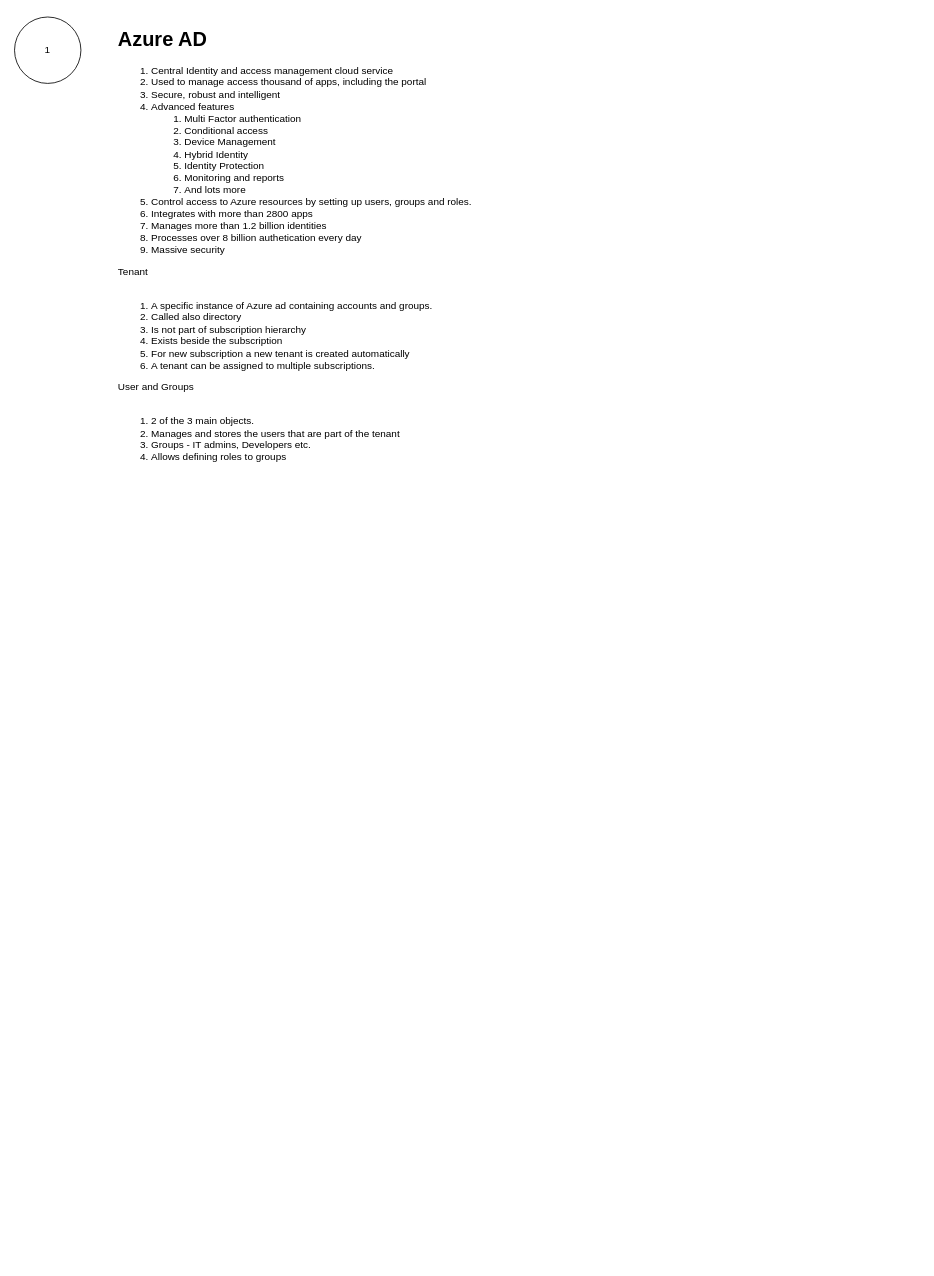
snair0410/cv keeps this draw.io diagram as page "Azure AD" (9 of 9) of Azure detailed.drawio. Above is the earlier version. Source tidied: cells renumbered, new cells numbered last; positions are measured from the earlier drawing's top-left corner, leaving out a move shared by most shapes. Both pictures are drawn from the tidied source at 83%, with x=0, y=0 at pixel (14, 17).
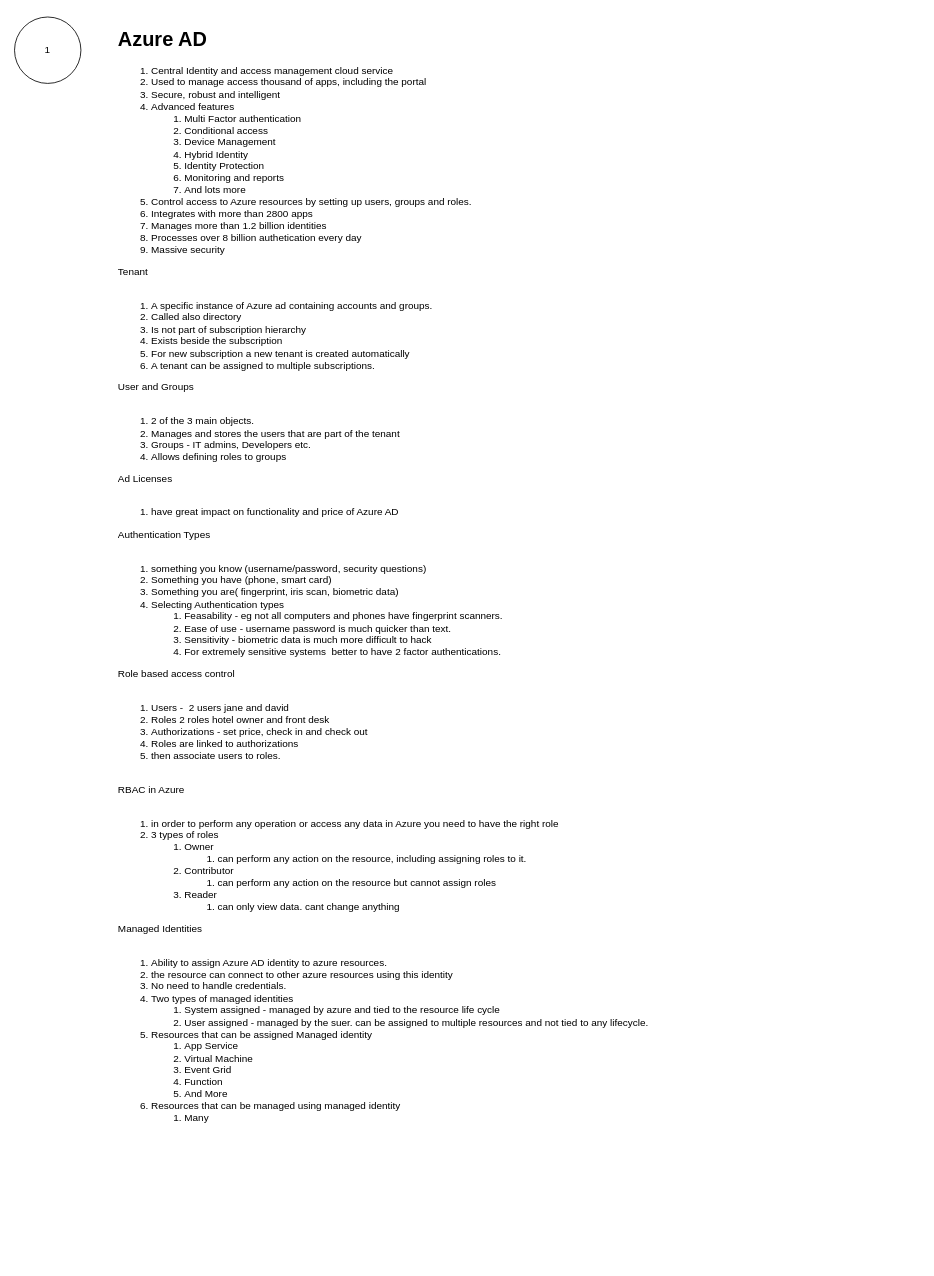
After the change.

Change to the diagram source:
```diff
@@
 <mxGraphModel>
   <root>
     <mxCell id="0" />
     <mxCell id="1" parent="0" />
     <mxCell id="2" value="1" style="ellipse;whiteSpace=wrap;html=1;" parent="1" vertex="1">
       <mxGeometry width="80" height="80" as="geometry" />
     </mxCell>
-    <mxCell id="3" value="&lt;h1&gt;Azure AD&lt;/h1&gt;&lt;div&gt;&lt;ol&gt;&lt;li&gt;Central Identity and access management cloud service&lt;/li&gt;&lt;li&gt;Used to manage access thousand of apps, including the portal&lt;/li&gt;&lt;li&gt;Secure, robust and intelligent&lt;/li&gt;&lt;li&gt;Advanced features&lt;/li&gt;&lt;ol&gt;&lt;li&gt;Multi Factor authentication&lt;/li&gt;&lt;li&gt;Conditional access&lt;/li&gt;&lt;li&gt;Device Management&lt;/li&gt;&lt;li&gt;Hybrid Identity&lt;/li&gt;&lt;li&gt;Identity Protection&lt;/li&gt;&lt;li&gt;Monitoring and reports&lt;/li&gt;&lt;li&gt;And lots more&lt;/li&gt;&lt;/ol&gt;&lt;li&gt;Control access to Azure resources by setting up users, groups and roles.&lt;/li&gt;&lt;li&gt;Integrates with more than 2800 apps&lt;/li&gt;&lt;li&gt;Manages more than 1.2 billion identities&lt;/li&gt;&lt;li&gt;Processes over 8 billion authetication every day&lt;/li&gt;&lt;li&gt;Massive security&lt;/li&gt;&lt;/ol&gt;&lt;div&gt;Tenant&lt;/div&gt;&lt;/div&gt;&lt;div&gt;&lt;br&gt;&lt;/div&gt;&lt;div&gt;&lt;ol&gt;&lt;li&gt;A specific instance of Azure ad containing accounts and groups.&lt;/li&gt;&lt;li&gt;Called also directory&lt;/li&gt;&lt;li&gt;Is not part of subscription hierarchy&lt;/li&gt;&lt;li&gt;Exists beside the subscription&lt;/li&gt;&lt;li&gt;For new subscription a new tenant is created automatically&lt;/li&gt;&lt;li&gt;A tenant can be assigned to multiple subscriptions.&amp;nbsp;&lt;/li&gt;&lt;/ol&gt;&lt;div&gt;User and Groups&lt;/div&gt;&lt;/div&gt;&lt;div&gt;&lt;br&gt;&lt;/div&gt;&lt;div&gt;&lt;ol&gt;&lt;li&gt;2 of the 3 main objects.&lt;/li&gt;&lt;li&gt;Manages and stores the users that are part of the tenant&lt;/li&gt;&lt;li&gt;Groups - IT admins, Developers etc.&lt;/li&gt;&lt;li&gt;Allows defining roles to groups&lt;/li&gt;&lt;/ol&gt;&lt;/div&gt;" style="text;html=1;strokeColor=none;fillColor=none;spacing=5;spacingTop=-20;whiteSpace=wrap;overflow=hidden;rounded=0;" parent="1" vertex="1">
+    <mxCell id="3" value="&lt;h1&gt;Azure AD&lt;/h1&gt;&lt;div&gt;&lt;ol&gt;&lt;li&gt;Central Identity and access management cloud service&lt;/li&gt;&lt;li&gt;Used to manage access thousand of apps, including the portal&lt;/li&gt;&lt;li&gt;Secure, robust and intelligent&lt;/li&gt;&lt;li&gt;Advanced features&lt;/li&gt;&lt;ol&gt;&lt;li&gt;Multi Factor authentication&lt;/li&gt;&lt;li&gt;Conditional access&lt;/li&gt;&lt;li&gt;Device Management&lt;/li&gt;&lt;li&gt;Hybrid Identity&lt;/li&gt;&lt;li&gt;Identity Protection&lt;/li&gt;&lt;li&gt;Monitoring and reports&lt;/li&gt;&lt;li&gt;And lots more&lt;/li&gt;&lt;/ol&gt;&lt;li&gt;Control access to Azure resources by setting up users, groups and roles.&lt;/li&gt;&lt;li&gt;Integrates with more than 2800 apps&lt;/li&gt;&lt;li&gt;Manages more than 1.2 billion identities&lt;/li&gt;&lt;li&gt;Processes over 8 billion authetication every day&lt;/li&gt;&lt;li&gt;Massive security&lt;/li&gt;&lt;/ol&gt;&lt;div&gt;Tenant&lt;/div&gt;&lt;/div&gt;&lt;div&gt;&lt;br&gt;&lt;/div&gt;&lt;div&gt;&lt;ol&gt;&lt;li&gt;A specific instance of Azure ad containing accounts and groups.&lt;/li&gt;&lt;li&gt;Called also directory&lt;/li&gt;&lt;li&gt;Is not part of subscription hierarchy&lt;/li&gt;&lt;li&gt;Exists beside the subscription&lt;/li&gt;&lt;li&gt;For new subscription a new tenant is created automatically&lt;/li&gt;&lt;li&gt;A tenant can be assigned to multiple subscriptions.&amp;nbsp;&lt;/li&gt;&lt;/ol&gt;&lt;div&gt;User and Groups&lt;/div&gt;&lt;/div&gt;&lt;div&gt;&lt;br&gt;&lt;/div&gt;&lt;div&gt;&lt;ol&gt;&lt;li&gt;2 of the 3 main objects.&lt;/li&gt;&lt;li&gt;Manages and stores the users that are part of the tenant&lt;/li&gt;&lt;li&gt;Groups - IT admins, Developers etc.&lt;/li&gt;&lt;li&gt;Allows defining roles to groups&lt;/li&gt;&lt;/ol&gt;&lt;div&gt;Ad Licenses&lt;/div&gt;&lt;/div&gt;&lt;div&gt;&lt;br&gt;&lt;/div&gt;&lt;div&gt;&lt;ol&gt;&lt;li&gt;have great impact on functionality and price of Azure AD&lt;/li&gt;&lt;/ol&gt;&lt;div&gt;Authentication Types&lt;/div&gt;&lt;/div&gt;&lt;div&gt;&lt;br&gt;&lt;/div&gt;&lt;div&gt;&lt;ol&gt;&lt;li&gt;something you know (username/password, security questions)&lt;/li&gt;&lt;li&gt;Something you have (phone, smart card)&lt;/li&gt;&lt;li&gt;Something you are( fingerprint, iris scan, biometric data)&lt;/li&gt;&lt;li&gt;Selecting Authentication types&lt;/li&gt;&lt;ol&gt;&lt;li&gt;Feasability - eg not all computers and phones have fingerprint scanners.&amp;nbsp;&lt;/li&gt;&lt;li&gt;Ease of use - username password is much quicker than text.&amp;nbsp;&lt;/li&gt;&lt;li&gt;Sensitivity - biometric data is much more difficult to hack&lt;/li&gt;&lt;li&gt;For extremely sensitive systems&amp;nbsp; better to have 2 factor authentications.&amp;nbsp;&lt;/li&gt;&lt;/ol&gt;&lt;/ol&gt;&lt;div&gt;Role based access control&lt;/div&gt;&lt;/div&gt;&lt;div&gt;&lt;br&gt;&lt;/div&gt;&lt;div&gt;&lt;ol&gt;&lt;li&gt;Users -&amp;nbsp; 2 users jane and david&lt;/li&gt;&lt;li&gt;Roles 2 roles hotel owner and front desk&lt;/li&gt;&lt;li&gt;Authorizations - set price, check in and check out&lt;/li&gt;&lt;li&gt;Roles are linked to authorizations&lt;/li&gt;&lt;li&gt;then associate users to roles.&amp;nbsp;&lt;/li&gt;&lt;/ol&gt;&lt;div&gt;&lt;br&gt;&lt;/div&gt;&lt;/div&gt;&lt;div&gt;RBAC in Azure&lt;/div&gt;&lt;div&gt;&lt;br&gt;&lt;/div&gt;&lt;div&gt;&lt;ol&gt;&lt;li&gt;in order to perform any operation or access any data in Azure you need to have the right role&lt;/li&gt;&lt;li&gt;3 types of roles&amp;nbsp;&lt;/li&gt;&lt;ol&gt;&lt;li&gt;Owner&lt;/li&gt;&lt;ol&gt;&lt;li&gt;can perform any action on the resource, including assigning roles to it.&lt;/li&gt;&lt;/ol&gt;&lt;li&gt;Contributor&lt;/li&gt;&lt;ol&gt;&lt;li&gt;can perform any action on the resource but cannot assign roles&lt;/li&gt;&lt;/ol&gt;&lt;li&gt;Reader&lt;/li&gt;&lt;ol&gt;&lt;li&gt;can only view data. cant change anything&lt;/li&gt;&lt;/ol&gt;&lt;/ol&gt;&lt;/ol&gt;&lt;div&gt;Managed Identities&lt;/div&gt;&lt;/div&gt;&lt;div&gt;&lt;br&gt;&lt;/div&gt;&lt;div&gt;&lt;ol&gt;&lt;li&gt;Ability to assign Azure AD identity to azure resources.&lt;/li&gt;&lt;li&gt;the resource can connect to other azure resources using this identity&lt;/li&gt;&lt;li&gt;No need to handle credentials.&amp;nbsp;&lt;/li&gt;&lt;li&gt;Two types of managed identities&lt;/li&gt;&lt;ol&gt;&lt;li&gt;System assigned - managed by azure and tied to the resource life cycle&lt;/li&gt;&lt;li&gt;User assigned - managed by the suer. can be assigned to multiple resources and not tied to any lifecycle.&amp;nbsp;&lt;/li&gt;&lt;/ol&gt;&lt;li&gt;Resources that can be assigned Managed identity&lt;/li&gt;&lt;ol&gt;&lt;li&gt;App Service&lt;/li&gt;&lt;li&gt;Virtual Machine&lt;/li&gt;&lt;li&gt;Event Grid&lt;/li&gt;&lt;li&gt;Function&lt;/li&gt;&lt;li&gt;And More&lt;/li&gt;&lt;/ol&gt;&lt;li&gt;Resources that can be managed using managed identity&lt;/li&gt;&lt;ol&gt;&lt;li&gt;Many&amp;nbsp;&lt;/li&gt;&lt;/ol&gt;&lt;/ol&gt;&lt;/div&gt;" style="text;html=1;strokeColor=none;fillColor=none;spacing=5;spacingTop=-20;whiteSpace=wrap;overflow=hidden;rounded=0;" parent="1" vertex="1">
       <mxGeometry x="120" y="7" width="970" height="1493" as="geometry" />
     </mxCell>
   </root>
 </mxGraphModel>
```
